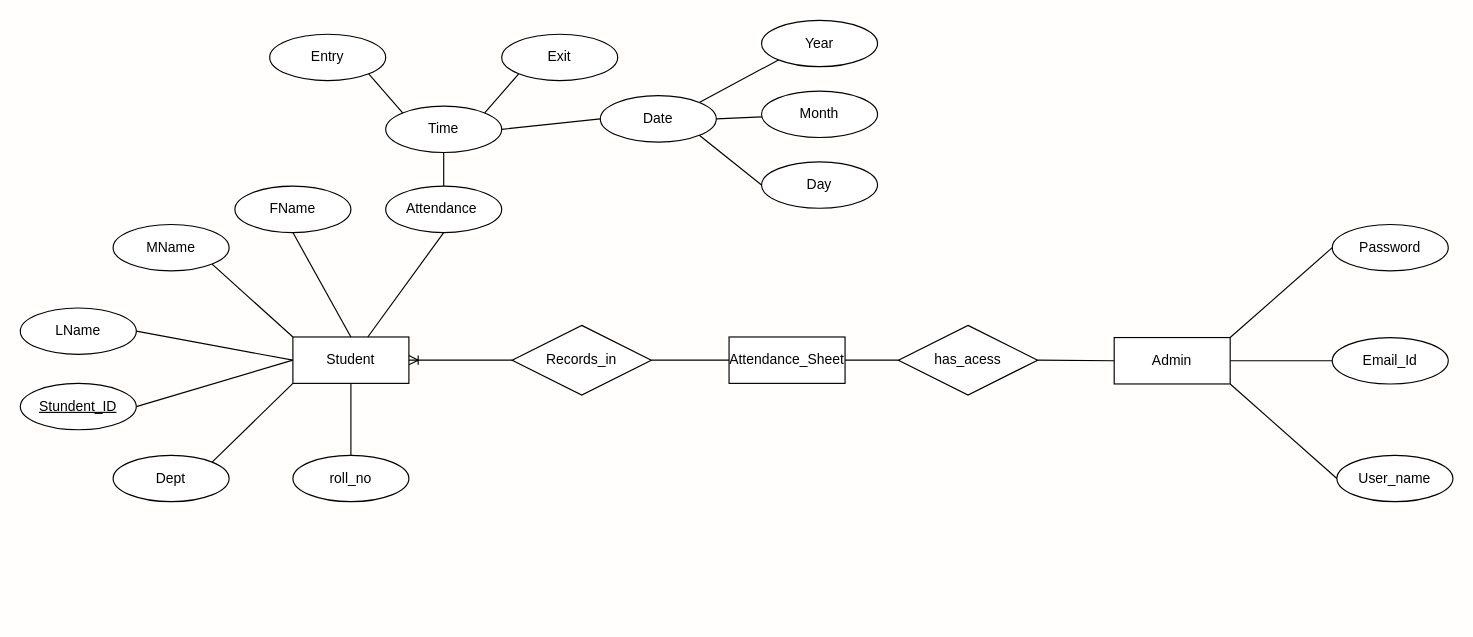
This is Untitled Diagram.drawio from benfurtado/Python_webpage, a draw.io file, before an edit. Source tidied: cells renumbered, new cells numbered last; positions are measured from the earlier drawing's top-left corner, leaving out a move shared by most shapes. Both pictures are drawn from the tidied source at 116%, with x=0, y=0 at pixel (20, 20).
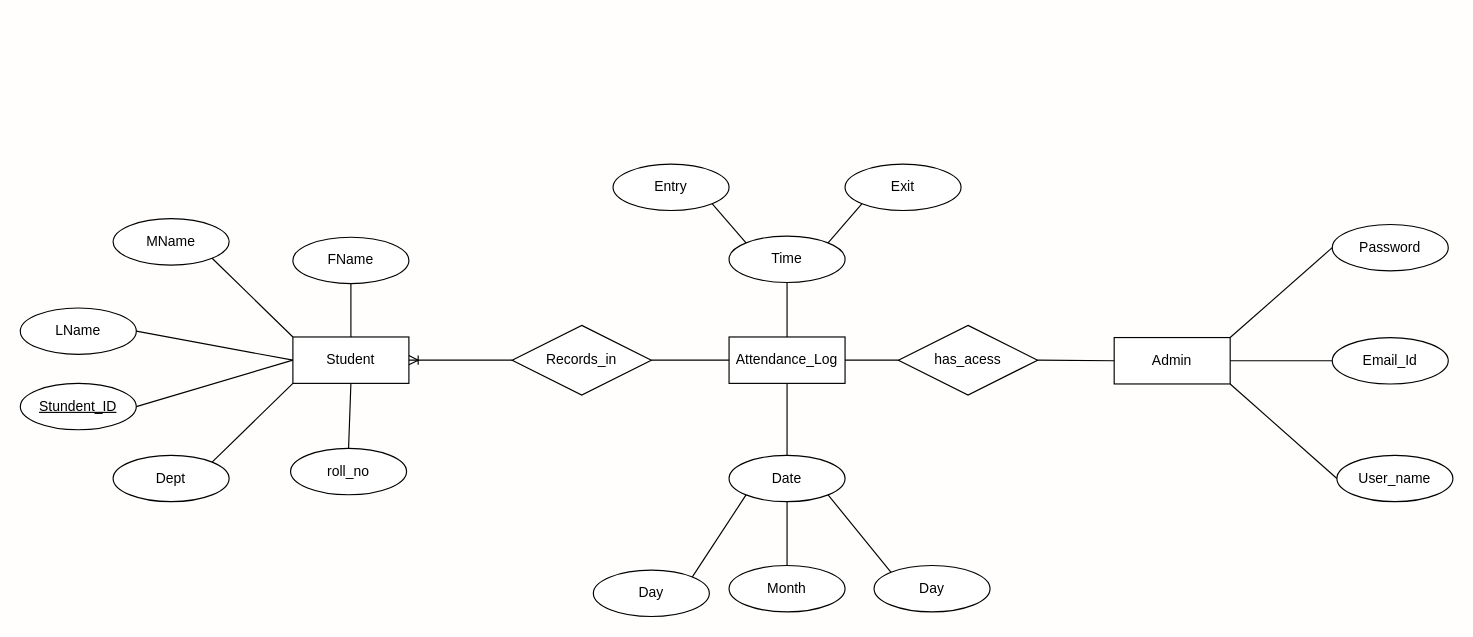
Above is the later version.

The change refers to these unchanged cells:
```xml
<mxCell id="2" value="Student" style="whiteSpace=wrap;html=1;align=center;" parent="1" vertex="1">
  <mxGeometry x="235" y="273" width="100" height="40" as="geometry" />
</mxCell>
```

Change to the diagram source:
```diff
@@
-    <mxCell id="5" value="Attendance_Sheet" style="whiteSpace=wrap;html=1;align=center;" parent="1" vertex="1">
+    <mxCell id="5" value="Attendance_Log" style="whiteSpace=wrap;html=1;align=center;" parent="1" vertex="1">
       <mxGeometry x="611" y="273" width="100" height="40" as="geometry" />
     </mxCell>
@@
     <mxCell id="7" value="FName" style="ellipse;whiteSpace=wrap;html=1;align=center;" parent="1" vertex="1">
-      <mxGeometry x="185" y="143" width="100" height="40" as="geometry" />
+      <mxGeometry x="235" y="187" width="100" height="40" as="geometry" />
     </mxCell>
@@
     <mxCell id="9" value="roll_no" style="ellipse;whiteSpace=wrap;html=1;align=center;" parent="1" vertex="1">
-      <mxGeometry x="235" y="375" width="100" height="40" as="geometry" />
+      <mxGeometry x="233" y="369" width="100" height="40" as="geometry" />
     </mxCell>
     <mxCell id="10" value="Date" style="ellipse;whiteSpace=wrap;html=1;align=center;" parent="1" vertex="1">
-      <mxGeometry x="500" y="65" width="100" height="40" as="geometry" />
+      <mxGeometry x="611" y="375" width="100" height="40" as="geometry" />
     </mxCell>
     <mxCell id="11" value="Time" style="ellipse;whiteSpace=wrap;html=1;align=center;" parent="1" vertex="1">
-      <mxGeometry x="315" y="74" width="100" height="40" as="geometry" />
+      <mxGeometry x="611" y="186" width="100" height="40" as="geometry" />
     </mxCell>
     <mxCell id="12" value="Entry" style="ellipse;whiteSpace=wrap;html=1;align=center;" parent="1" vertex="1">
-      <mxGeometry x="215" y="12" width="100" height="40" as="geometry" />
+      <mxGeometry x="511" y="124" width="100" height="40" as="geometry" />
     </mxCell>
     <mxCell id="13" value="Exit" style="ellipse;whiteSpace=wrap;html=1;align=center;" parent="1" vertex="1">
-      <mxGeometry x="415" y="12" width="100" height="40" as="geometry" />
+      <mxGeometry x="711" y="124" width="100" height="40" as="geometry" />
     </mxCell>
-    <mxCell id="14" style="endArrow=none;html=1;rounded=0;entryX=0.5;entryY=0;entryDx=0;entryDy=0;" parent="1" edge="1" target="2">
-      <mxGeometry relative="1" as="geometry">
-        <mxPoint x="235" y="183" as="sourcePoint" />
-      </mxGeometry>
+    <mxCell id="14" style="endArrow=none;html=1;rounded=0;entryX=0.5;entryY=0;entryDx=0;entryDy=0;exitX=0.5;exitY=1;exitDx=0;exitDy=0;" parent="1" edge="1" source="7" target="2">
+      <mxGeometry relative="1" as="geometry" />
     </mxCell>
@@
-    <mxCell id="19" style="endArrow=none;html=1;rounded=0;entryX=0.5;entryY=1;entryDx=0;entryDy=0;exitX=0.5;exitY=0;exitDx=0;exitDy=0;" parent="1" edge="1" source="40" target="11">
+    <mxCell id="19" style="endArrow=none;html=1;rounded=0;entryX=0.5;entryY=1;entryDx=0;entryDy=0;exitX=0.5;exitY=0;exitDx=0;exitDy=0;" parent="1" edge="1" source="5" target="11">
       <mxGeometry relative="1" as="geometry" />
     </mxCell>
     <mxCell id="20" value="Day" style="ellipse;whiteSpace=wrap;html=1;align=center;" parent="1" vertex="1">
-      <mxGeometry x="639" y="122" width="100" height="40" as="geometry" />
+      <mxGeometry x="736" y="470" width="100" height="40" as="geometry" />
     </mxCell>
-    <mxCell id="21" value="Year" style="ellipse;whiteSpace=wrap;html=1;align=center;" parent="1" vertex="1">
-      <mxGeometry x="639" width="100" height="40" as="geometry" />
+    <mxCell id="21" value="Day" style="ellipse;whiteSpace=wrap;html=1;align=center;" parent="1" vertex="1">
+      <mxGeometry x="494" y="474" width="100" height="40" as="geometry" />
     </mxCell>
-    <mxCell id="22" style="endArrow=none;html=1;rounded=0;entryX=0;entryY=0.5;entryDx=0;entryDy=0;exitX=1;exitY=1;exitDx=0;exitDy=0;" parent="1" edge="1" source="10" target="20">
+    <mxCell id="22" style="endArrow=none;html=1;rounded=0;entryX=0;entryY=0;entryDx=0;entryDy=0;exitX=1;exitY=1;exitDx=0;exitDy=0;" parent="1" edge="1" source="10" target="20">
       <mxGeometry relative="1" as="geometry" />
     </mxCell>
-    <mxCell id="23" style="endArrow=none;html=1;rounded=0;entryX=0;entryY=1;entryDx=0;entryDy=0;exitX=1;exitY=0;exitDx=0;exitDy=0;" parent="1" edge="1" source="10" target="21">
+    <mxCell id="23" style="endArrow=none;html=1;rounded=0;entryX=1;entryY=0;entryDx=0;entryDy=0;exitX=0;exitY=1;exitDx=0;exitDy=0;" parent="1" edge="1" source="10" target="21">
       <mxGeometry relative="1" as="geometry" />
     </mxCell>
@@
     <mxCell id="25" value="MName" style="ellipse;whiteSpace=wrap;html=1;align=center;" parent="1" vertex="1">
-      <mxGeometry x="80" y="176" width="100" height="40" as="geometry" />
+      <mxGeometry x="80" y="171" width="100" height="40" as="geometry" />
     </mxCell>
@@
-    <mxCell id="40" value="Attendance&amp;nbsp;" style="ellipse;whiteSpace=wrap;html=1;align=center;" parent="1" vertex="1">
-      <mxGeometry x="315" y="143" width="100" height="40" as="geometry" />
-    </mxCell>
-    <mxCell id="41" style="endArrow=none;html=1;rounded=0;exitX=0.5;exitY=1;exitDx=0;exitDy=0;" parent="1" edge="1" source="40" target="2">
-      <mxGeometry relative="1" as="geometry" />
-    </mxCell>
-    <mxCell id="42" style="endArrow=none;html=1;rounded=0;entryX=0;entryY=0.5;entryDx=0;entryDy=0;exitX=1;exitY=0.5;exitDx=0;exitDy=0;" parent="1" edge="1" source="11" target="10">
-      <mxGeometry relative="1" as="geometry" />
-    </mxCell>
@@
-    <mxCell id="44" style="endArrow=none;html=1;rounded=0;exitX=1;exitY=0.5;exitDx=0;exitDy=0;" parent="1" edge="1" source="10" target="45">
+    <mxCell id="44" style="endArrow=none;html=1;rounded=0;exitX=0.5;exitY=1;exitDx=0;exitDy=0;" parent="1" edge="1" source="10" target="45">
       <mxGeometry relative="1" as="geometry" />
     </mxCell>
     <mxCell id="45" value="Month" style="ellipse;whiteSpace=wrap;html=1;align=center;" parent="1" vertex="1">
-      <mxGeometry x="639" y="61" width="100" height="40" as="geometry" />
+      <mxGeometry x="611" y="470" width="100" height="40" as="geometry" />
     </mxCell>
+    <mxCell id="46" style="endArrow=none;html=1;rounded=0;exitX=0.5;exitY=1;exitDx=0;exitDy=0;entryX=0.5;entryY=0;entryDx=0;entryDy=0;" parent="1" edge="1" source="5" target="10">
+      <mxGeometry relative="1" as="geometry" />
+    </mxCell>
```
